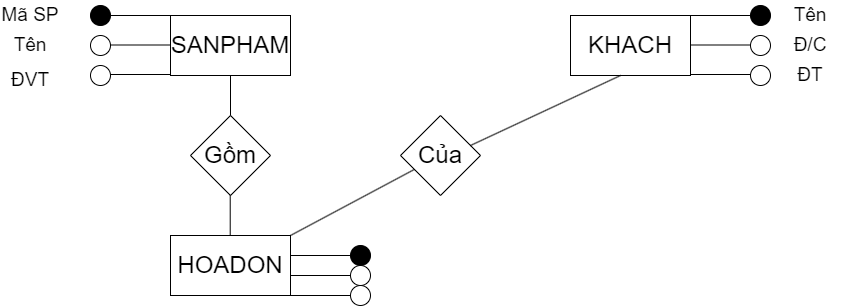
Before: Chương 3 QT1(Mô hình hóa).png, a diagram exported from draw.io (datnham0212/learning). Source tidied: cells renumbered, new cells last; positions are measured from the earlier drawing's top-left corner, leaving out a move shared by most shapes.
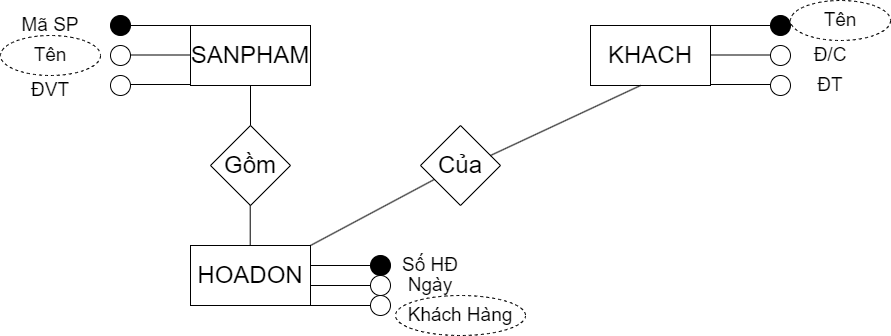
The same diagram one commit later.

Diff of the diagram source:
```diff
@@ -123,20 +123,29 @@
     <mxCell id="29" value="Mã SP" style="text;html=1;strokeColor=none;fillColor=none;align=center;verticalAlign=middle;whiteSpace=wrap;rounded=0;fontSize=19;" parent="1" vertex="1">
       <mxGeometry width="60" height="30" as="geometry" />
     </mxCell>
-    <mxCell id="30" value="Tên" style="text;html=1;strokeColor=none;fillColor=none;align=center;verticalAlign=middle;whiteSpace=wrap;rounded=0;fontSize=19;" parent="1" vertex="1">
-      <mxGeometry y="30" width="60" height="30" as="geometry" />
-    </mxCell>
     <mxCell id="31" value="ĐVT" style="text;html=1;strokeColor=none;fillColor=none;align=center;verticalAlign=middle;whiteSpace=wrap;rounded=0;fontSize=19;" parent="1" vertex="1">
       <mxGeometry y="65" width="60" height="30" as="geometry" />
     </mxCell>
-    <mxCell id="32" value="Tên" style="text;html=1;strokeColor=none;fillColor=none;align=center;verticalAlign=middle;whiteSpace=wrap;rounded=0;fontSize=19;" parent="1" vertex="1">
-      <mxGeometry x="780" width="60" height="30" as="geometry" />
-    </mxCell>
     <mxCell id="33" value="Đ/C" style="text;html=1;strokeColor=none;fillColor=none;align=center;verticalAlign=middle;whiteSpace=wrap;rounded=0;fontSize=19;" parent="1" vertex="1">
       <mxGeometry x="780" y="30" width="60" height="30" as="geometry" />
     </mxCell>
     <mxCell id="34" value="ĐT" style="text;html=1;strokeColor=none;fillColor=none;align=center;verticalAlign=middle;whiteSpace=wrap;rounded=0;fontSize=19;" parent="1" vertex="1">
       <mxGeometry x="780" y="60" width="60" height="30" as="geometry" />
     </mxCell>
+    <mxCell id="35" value="Số HĐ" style="text;html=1;strokeColor=none;fillColor=none;align=center;verticalAlign=middle;whiteSpace=wrap;rounded=0;fontSize=19;" parent="1" vertex="1">
+      <mxGeometry x="380" y="240" width="60" height="30" as="geometry" />
+    </mxCell>
+    <mxCell id="36" value="Ngày" style="text;html=1;strokeColor=none;fillColor=none;align=center;verticalAlign=middle;whiteSpace=wrap;rounded=0;fontSize=19;" parent="1" vertex="1">
+      <mxGeometry x="380" y="260" width="60" height="30" as="geometry" />
+    </mxCell>
+    <mxCell id="37" value="Tên" style="ellipse;whiteSpace=wrap;html=1;align=center;dashed=1;fontSize=19;" parent="1" vertex="1">
+      <mxGeometry x="770" y="-10" width="100" height="40" as="geometry" />
+    </mxCell>
+    <mxCell id="38" value="Tên" style="ellipse;whiteSpace=wrap;html=1;align=center;dashed=1;fontSize=19;" parent="1" vertex="1">
+      <mxGeometry x="-20" y="25" width="100" height="40" as="geometry" />
+    </mxCell>
+    <mxCell id="39" value="Khách Hàng" style="ellipse;whiteSpace=wrap;html=1;align=center;dashed=1;fontSize=19;" parent="1" vertex="1">
+      <mxGeometry x="375" y="285" width="130" height="40" as="geometry" />
+    </mxCell>
   </root>
 </mxGraphModel>
```
